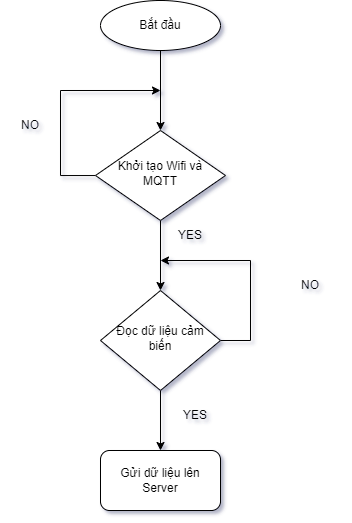
Before: Kieu_Van_Loc_2018604427/Quyen_Bao_Cao/DRAW_IO/esp_32_flowchart.drawio.png, a diagram exported from draw.io (lequangthinhhaui/doAn2022). Source tidied: cells renumbered, new cells last; positions are measured from the earlier drawing's top-left corner, leaving out a move shared by most shapes. Its diagram source:
```xml
<mxGraphModel>
  <root>
    <mxCell id="0" />
    <mxCell id="1" parent="0" />
    <mxCell id="2" style="edgeStyle=orthogonalEdgeStyle;rounded=0;jettySize=auto;html=1;entryX=0.5;entryY=0;entryDx=0;entryDy=0;" parent="1" edge="1" source="4" target="7">
      <mxGeometry relative="1" as="geometry" />
    </mxCell>
    <mxCell id="3" style="edgeStyle=orthogonalEdgeStyle;rounded=0;jettySize=auto;html=1;" parent="1" edge="1" source="4">
      <mxGeometry relative="1" as="geometry">
        <mxPoint x="160" y="90" as="targetPoint" />
        <Array as="points">
          <mxPoint x="60" y="175" />
          <mxPoint x="60" y="90" />
          <mxPoint x="160" y="90" />
        </Array>
      </mxGeometry>
    </mxCell>
    <mxCell id="4" value="Khởi tạo Wifi và MQTT" style="rhombus;whiteSpace=wrap;html=1;shadow=0;fontFamily=Helvetica;fontSize=12;align=center;strokeWidth=1;spacing=6;spacingTop=-4;" parent="1" vertex="1">
      <mxGeometry x="95" y="130" width="130" height="90" as="geometry" />
    </mxCell>
    <mxCell id="5" style="edgeStyle=orthogonalEdgeStyle;rounded=0;jettySize=auto;html=1;" parent="1" edge="1" source="7">
      <mxGeometry relative="1" as="geometry">
        <mxPoint x="160" y="450" as="targetPoint" />
      </mxGeometry>
    </mxCell>
    <mxCell id="6" style="edgeStyle=orthogonalEdgeStyle;rounded=0;jettySize=auto;html=1;" parent="1" edge="1" source="7">
      <mxGeometry relative="1" as="geometry">
        <mxPoint x="160" y="260" as="targetPoint" />
        <Array as="points">
          <mxPoint x="250" y="340" />
          <mxPoint x="250" y="260" />
        </Array>
      </mxGeometry>
    </mxCell>
    <mxCell id="7" value="Đọc dữ liệu cảm biến" style="rhombus;whiteSpace=wrap;html=1;shadow=0;fontFamily=Helvetica;fontSize=12;align=center;strokeWidth=1;spacing=6;spacingTop=-4;" parent="1" vertex="1">
      <mxGeometry x="100" y="290" width="120" height="100" as="geometry" />
    </mxCell>
    <mxCell id="8" style="edgeStyle=orthogonalEdgeStyle;rounded=0;jettySize=auto;html=1;entryX=0.5;entryY=0;entryDx=0;entryDy=0;" parent="1" edge="1" source="9" target="4">
      <mxGeometry relative="1" as="geometry" />
    </mxCell>
    <mxCell id="9" value="Bắt đầu" style="ellipse;whiteSpace=wrap;html=1;" parent="1" vertex="1">
      <mxGeometry x="100" width="120" height="50" as="geometry" />
    </mxCell>
    <mxCell id="10" value="Gửi dữ liệu lên Server" style="rounded=1;whiteSpace=wrap;html=1;" parent="1" vertex="1">
      <mxGeometry x="100" y="450" width="120" height="60" as="geometry" />
    </mxCell>
    <mxCell id="11" value="YES" style="text;html=1;strokeColor=none;fillColor=none;align=center;verticalAlign=middle;whiteSpace=wrap;rounded=0;" parent="1" vertex="1">
      <mxGeometry x="165" y="400" width="60" height="30" as="geometry" />
    </mxCell>
    <mxCell id="12" value="NO" style="text;html=1;strokeColor=none;fillColor=none;align=center;verticalAlign=middle;whiteSpace=wrap;rounded=0;" parent="1" vertex="1">
      <mxGeometry x="280" y="270" width="60" height="30" as="geometry" />
    </mxCell>
    <mxCell id="13" value="YES" style="text;html=1;strokeColor=none;fillColor=none;align=center;verticalAlign=middle;whiteSpace=wrap;rounded=0;" parent="1" vertex="1">
      <mxGeometry x="160" y="220" width="60" height="30" as="geometry" />
    </mxCell>
    <mxCell id="14" value="NO" style="text;html=1;strokeColor=none;fillColor=none;align=center;verticalAlign=middle;whiteSpace=wrap;rounded=0;" parent="1" vertex="1">
      <mxGeometry y="110" width="60" height="30" as="geometry" />
    </mxCell>
  </root>
</mxGraphModel>
```
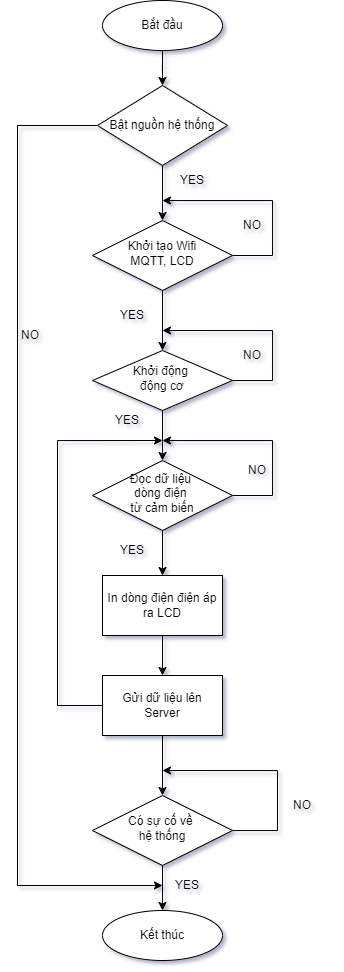
Later version of the same file.

The edit, as a diff of the source:
```diff
@@ -2,59 +2,147 @@
   <root>
     <mxCell id="0" />
     <mxCell id="1" parent="0" />
-    <mxCell id="2" style="edgeStyle=orthogonalEdgeStyle;rounded=0;jettySize=auto;html=1;entryX=0.5;entryY=0;entryDx=0;entryDy=0;" parent="1" edge="1" source="4" target="7">
-      <mxGeometry relative="1" as="geometry" />
-    </mxCell>
-    <mxCell id="3" style="edgeStyle=orthogonalEdgeStyle;rounded=0;jettySize=auto;html=1;" parent="1" edge="1" source="4">
-      <mxGeometry relative="1" as="geometry">
-        <mxPoint x="160" y="90" as="targetPoint" />
-        <Array as="points">
-          <mxPoint x="60" y="175" />
-          <mxPoint x="60" y="90" />
-          <mxPoint x="160" y="90" />
-        </Array>
-      </mxGeometry>
-    </mxCell>
+    <mxCell id="15" style="edgeStyle=orthogonalEdgeStyle;rounded=0;jettySize=auto;html=1;entryX=0.5;entryY=0;entryDx=0;entryDy=0;" parent="1" edge="1" source="4" target="22">
+      <mxGeometry relative="1" as="geometry" />
+    </mxCell>
+    <mxCell id="16" style="edgeStyle=orthogonalEdgeStyle;rounded=0;jettySize=auto;html=1;" parent="1" edge="1" source="4">
+      <mxGeometry relative="1" as="geometry">
+        <mxPoint x="160" y="110" as="targetPoint" />
+        <Array as="points">
+          <mxPoint x="270" y="165" />
+          <mxPoint x="270" y="110" />
+          <mxPoint x="160" y="110" />
+        </Array>
+      </mxGeometry>
+    </mxCell>
-    <mxCell id="4" value="Khởi tạo Wifi và MQTT" style="rhombus;whiteSpace=wrap;html=1;shadow=0;fontFamily=Helvetica;fontSize=12;align=center;strokeWidth=1;spacing=6;spacingTop=-4;" parent="1" vertex="1">
-      <mxGeometry x="95" y="130" width="130" height="90" as="geometry" />
+    <mxCell id="4" value="Khởi tạo Wifi&lt;br&gt;MQTT, LCD" style="rhombus;whiteSpace=wrap;html=1;shadow=0;fontFamily=Helvetica;fontSize=12;align=center;strokeWidth=1;spacing=6;spacingTop=-4;" parent="1" vertex="1">
+      <mxGeometry x="90" y="130" width="140" height="70" as="geometry" />
     </mxCell>
-    <mxCell id="5" style="edgeStyle=orthogonalEdgeStyle;rounded=0;jettySize=auto;html=1;" parent="1" edge="1" source="7">
-      <mxGeometry relative="1" as="geometry">
-        <mxPoint x="160" y="450" as="targetPoint" />
-      </mxGeometry>
-    </mxCell>
-    <mxCell id="6" style="edgeStyle=orthogonalEdgeStyle;rounded=0;jettySize=auto;html=1;" parent="1" edge="1" source="7">
-      <mxGeometry relative="1" as="geometry">
-        <mxPoint x="160" y="260" as="targetPoint" />
-        <Array as="points">
-          <mxPoint x="250" y="340" />
-          <mxPoint x="250" y="260" />
-        </Array>
-      </mxGeometry>
-    </mxCell>
+    <mxCell id="17" style="edgeStyle=orthogonalEdgeStyle;rounded=0;jettySize=auto;html=1;" parent="1" edge="1" source="7">
+      <mxGeometry relative="1" as="geometry">
+        <mxPoint x="160" y="485" as="targetPoint" />
+      </mxGeometry>
+    </mxCell>
+    <mxCell id="18" style="edgeStyle=orthogonalEdgeStyle;rounded=0;jettySize=auto;html=1;" parent="1" edge="1" source="7">
+      <mxGeometry relative="1" as="geometry">
+        <mxPoint x="160" y="350" as="targetPoint" />
+        <Array as="points">
+          <mxPoint x="270" y="405" />
+          <mxPoint x="270" y="350" />
+          <mxPoint x="160" y="350" />
+        </Array>
+      </mxGeometry>
+    </mxCell>
-    <mxCell id="7" value="Đọc dữ liệu cảm biến" style="rhombus;whiteSpace=wrap;html=1;shadow=0;fontFamily=Helvetica;fontSize=12;align=center;strokeWidth=1;spacing=6;spacingTop=-4;" parent="1" vertex="1">
-      <mxGeometry x="100" y="290" width="120" height="100" as="geometry" />
+    <mxCell id="7" value="Đọc dữ liệu &lt;br&gt;dòng điện &lt;br&gt;từ cảm biến" style="rhombus;whiteSpace=wrap;html=1;shadow=0;fontFamily=Helvetica;fontSize=12;align=center;strokeWidth=1;spacing=6;spacingTop=-4;" parent="1" vertex="1">
+      <mxGeometry x="90" y="370" width="140" height="70" as="geometry" />
     </mxCell>
-    <mxCell id="8" style="edgeStyle=orthogonalEdgeStyle;rounded=0;jettySize=auto;html=1;entryX=0.5;entryY=0;entryDx=0;entryDy=0;" parent="1" edge="1" source="9" target="4">
-      <mxGeometry relative="1" as="geometry" />
-    </mxCell>
+    <mxCell id="19" style="edgeStyle=orthogonalEdgeStyle;rounded=0;jettySize=auto;html=1;entryX=0.5;entryY=0;entryDx=0;entryDy=0;" parent="1" edge="1" source="9" target="40">
+      <mxGeometry relative="1" as="geometry" />
+    </mxCell>
     <mxCell id="9" value="Bắt đầu" style="ellipse;whiteSpace=wrap;html=1;" parent="1" vertex="1">
-      <mxGeometry x="100" width="120" height="50" as="geometry" />
+      <mxGeometry x="100" y="-90" width="120" height="50" as="geometry" />
     </mxCell>
-    <mxCell id="10" value="Gửi dữ liệu lên Server" style="rounded=1;whiteSpace=wrap;html=1;" parent="1" vertex="1">
-      <mxGeometry x="100" y="450" width="120" height="60" as="geometry" />
-    </mxCell>
     <mxCell id="11" value="YES" style="text;html=1;strokeColor=none;fillColor=none;align=center;verticalAlign=middle;whiteSpace=wrap;rounded=0;" parent="1" vertex="1">
-      <mxGeometry x="165" y="400" width="60" height="30" as="geometry" />
+      <mxGeometry x="155" y="780" width="60" height="30" as="geometry" />
     </mxCell>
     <mxCell id="12" value="NO" style="text;html=1;strokeColor=none;fillColor=none;align=center;verticalAlign=middle;whiteSpace=wrap;rounded=0;" parent="1" vertex="1">
-      <mxGeometry x="280" y="270" width="60" height="30" as="geometry" />
+      <mxGeometry x="220" y="120" width="60" height="30" as="geometry" />
     </mxCell>
-    <mxCell id="13" value="YES" style="text;html=1;strokeColor=none;fillColor=none;align=center;verticalAlign=middle;whiteSpace=wrap;rounded=0;" parent="1" vertex="1">
-      <mxGeometry x="160" y="220" width="60" height="30" as="geometry" />
-    </mxCell>
-    <mxCell id="14" value="NO" style="text;html=1;strokeColor=none;fillColor=none;align=center;verticalAlign=middle;whiteSpace=wrap;rounded=0;" parent="1" vertex="1">
-      <mxGeometry y="110" width="60" height="30" as="geometry" />
-    </mxCell>
+    <mxCell id="20" style="edgeStyle=orthogonalEdgeStyle;rounded=0;jettySize=auto;html=1;" parent="1" edge="1" source="22">
+      <mxGeometry relative="1" as="geometry">
+        <mxPoint x="160" y="240" as="targetPoint" />
+        <Array as="points">
+          <mxPoint x="270" y="290" />
+          <mxPoint x="270" y="240" />
+        </Array>
+      </mxGeometry>
+    </mxCell>
+    <mxCell id="21" style="edgeStyle=orthogonalEdgeStyle;rounded=0;jettySize=auto;html=1;entryX=0.5;entryY=0;entryDx=0;entryDy=0;" parent="1" edge="1" source="22" target="7">
+      <mxGeometry relative="1" as="geometry" />
+    </mxCell>
+    <mxCell id="22" value="Khởi động &lt;br&gt;động cơ" style="rhombus;whiteSpace=wrap;html=1;shadow=0;fontFamily=Helvetica;fontSize=12;align=center;strokeWidth=1;spacing=6;spacingTop=-4;" parent="1" vertex="1">
+      <mxGeometry x="90" y="260" width="140" height="60" as="geometry" />
+    </mxCell>
+    <mxCell id="23" style="edgeStyle=orthogonalEdgeStyle;rounded=0;jettySize=auto;html=1;entryX=0.5;entryY=0;entryDx=0;entryDy=0;" parent="1" edge="1" source="24" target="10">
+      <mxGeometry relative="1" as="geometry" />
+    </mxCell>
+    <mxCell id="24" value="In dòng điện điện áp&lt;br&gt;ra LCD" style="rounded=0;whiteSpace=wrap;html=1;" parent="1" vertex="1">
+      <mxGeometry x="100" y="485" width="120" height="60" as="geometry" />
+    </mxCell>
+    <mxCell id="25" style="edgeStyle=orthogonalEdgeStyle;rounded=0;jettySize=auto;html=1;entryX=0.5;entryY=0;entryDx=0;entryDy=0;" parent="1" edge="1" source="10" target="29">
+      <mxGeometry relative="1" as="geometry" />
+    </mxCell>
+    <mxCell id="26" style="edgeStyle=orthogonalEdgeStyle;rounded=0;jettySize=auto;html=1;" parent="1" edge="1" source="10">
+      <mxGeometry relative="1" as="geometry">
+        <mxPoint x="160" y="350" as="targetPoint" />
+        <Array as="points">
+          <mxPoint x="55" y="615" />
+          <mxPoint x="55" y="350" />
+        </Array>
+      </mxGeometry>
+    </mxCell>
+    <mxCell id="10" value="&lt;span style=&quot;&quot;&gt;Gửi dữ liệu lên Server&lt;/span&gt;" style="rounded=0;whiteSpace=wrap;html=1;" parent="1" vertex="1">
+      <mxGeometry x="100" y="585" width="120" height="60" as="geometry" />
+    </mxCell>
+    <mxCell id="27" style="edgeStyle=orthogonalEdgeStyle;rounded=0;jettySize=auto;html=1;" parent="1" edge="1" source="29">
+      <mxGeometry relative="1" as="geometry">
+        <mxPoint x="160" y="680" as="targetPoint" />
+        <Array as="points">
+          <mxPoint x="275" y="740" />
+          <mxPoint x="275" y="680" />
+        </Array>
+      </mxGeometry>
+    </mxCell>
+    <mxCell id="28" style="edgeStyle=orthogonalEdgeStyle;rounded=0;jettySize=auto;html=1;entryX=0.5;entryY=0;entryDx=0;entryDy=0;" parent="1" edge="1" source="29" target="30">
+      <mxGeometry relative="1" as="geometry" />
+    </mxCell>
+    <mxCell id="29" value="Có sự cố về &lt;br&gt;hệ thống" style="rhombus;whiteSpace=wrap;html=1;shadow=0;fontFamily=Helvetica;fontSize=12;align=center;strokeWidth=1;spacing=6;spacingTop=-4;" parent="1" vertex="1">
+      <mxGeometry x="90" y="705" width="140" height="70" as="geometry" />
+    </mxCell>
+    <mxCell id="30" value="Kết thúc" style="ellipse;whiteSpace=wrap;html=1;" parent="1" vertex="1">
+      <mxGeometry x="100" y="820" width="120" height="50" as="geometry" />
+    </mxCell>
+    <mxCell id="31" value="NO" style="text;html=1;strokeColor=none;fillColor=none;align=center;verticalAlign=middle;whiteSpace=wrap;rounded=0;" parent="1" vertex="1">
+      <mxGeometry x="220" y="250" width="60" height="30" as="geometry" />
+    </mxCell>
+    <mxCell id="32" value="NO" style="text;html=1;strokeColor=none;fillColor=none;align=center;verticalAlign=middle;whiteSpace=wrap;rounded=0;" parent="1" vertex="1">
+      <mxGeometry x="225" y="365" width="60" height="30" as="geometry" />
+    </mxCell>
+    <mxCell id="33" value="NO" style="text;html=1;strokeColor=none;fillColor=none;align=center;verticalAlign=middle;whiteSpace=wrap;rounded=0;" parent="1" vertex="1">
+      <mxGeometry x="270" y="700" width="60" height="30" as="geometry" />
+    </mxCell>
+    <mxCell id="34" value="&lt;span style=&quot;color: rgba(0, 0, 0, 0); font-family: monospace; font-size: 0px; text-align: start;&quot;&gt;%3CmxGraphModel%3E%3Croot%3E%3CmxCell%20id%3D%220%22%2F%3E%3CmxCell%20id%3D%221%22%20parent%3D%220%22%2F%3E%3CmxCell%20id%3D%222%22%20value%3D%22YES%22%20style%3D%22text%3Bhtml%3D1%3BstrokeColor%3Dnone%3BfillColor%3Dnone%3Balign%3Dcenter%3BverticalAlign%3Dmiddle%3BwhiteSpace%3Dwrap%3Brounded%3D0%3B%22%20vertex%3D%221%22%20parent%3D%221%22%3E%3CmxGeometry%20x%3D%22160%22%20y%3D%22855%22%20width%3D%2260%22%20height%3D%2230%22%20as%3D%22geometry%22%2F%3E%3C%2FmxCell%3E%3C%2Froot%3E%3C%2FmxGraphModel%3E&lt;/span&gt;" style="text;html=1;align=center;verticalAlign=middle;strokeColor=none;fillColor=none;" parent="1" vertex="1">
+      <mxGeometry x="58" y="333" width="15" height="25" as="geometry" />
+    </mxCell>
+    <mxCell id="35" value="YES" style="text;html=1;strokeColor=none;fillColor=none;align=center;verticalAlign=middle;whiteSpace=wrap;rounded=0;" parent="1" vertex="1">
+      <mxGeometry x="100" y="445" width="60" height="30" as="geometry" />
+    </mxCell>
+    <mxCell id="36" value="YES" style="text;html=1;strokeColor=none;fillColor=none;align=center;verticalAlign=middle;whiteSpace=wrap;rounded=0;" parent="1" vertex="1">
+      <mxGeometry x="95" y="315" width="60" height="30" as="geometry" />
+    </mxCell>
+    <mxCell id="37" value="YES" style="text;html=1;strokeColor=none;fillColor=none;align=center;verticalAlign=middle;whiteSpace=wrap;rounded=0;" parent="1" vertex="1">
+      <mxGeometry x="100" y="210" width="60" height="30" as="geometry" />
+    </mxCell>
+    <mxCell id="38" style="edgeStyle=orthogonalEdgeStyle;rounded=0;jettySize=auto;html=1;entryX=0.5;entryY=0;entryDx=0;entryDy=0;" parent="1" edge="1" source="40" target="4">
+      <mxGeometry relative="1" as="geometry" />
+    </mxCell>
+    <mxCell id="39" style="edgeStyle=orthogonalEdgeStyle;rounded=0;jettySize=auto;html=1;" parent="1" edge="1" source="40">
+      <mxGeometry relative="1" as="geometry">
+        <mxPoint x="160" y="795" as="targetPoint" />
+        <Array as="points">
+          <mxPoint x="15" y="35" />
+          <mxPoint x="15" y="795" />
+        </Array>
+      </mxGeometry>
+    </mxCell>
+    <mxCell id="40" value="Bật nguồn hệ thống" style="rhombus;whiteSpace=wrap;html=1;" parent="1" vertex="1">
+      <mxGeometry x="95" y="-5" width="130" height="80" as="geometry" />
+    </mxCell>
+    <mxCell id="41" value="YES" style="text;html=1;strokeColor=none;fillColor=none;align=center;verticalAlign=middle;whiteSpace=wrap;rounded=0;" parent="1" vertex="1">
+      <mxGeometry x="160" y="75" width="60" height="30" as="geometry" />
+    </mxCell>
+    <mxCell id="42" value="NO" style="text;html=1;strokeColor=none;fillColor=none;align=center;verticalAlign=middle;whiteSpace=wrap;rounded=0;" parent="1" vertex="1">
+      <mxGeometry x="-2" y="230" width="60" height="30" as="geometry" />
+    </mxCell>
   </root>
 </mxGraphModel>
```
